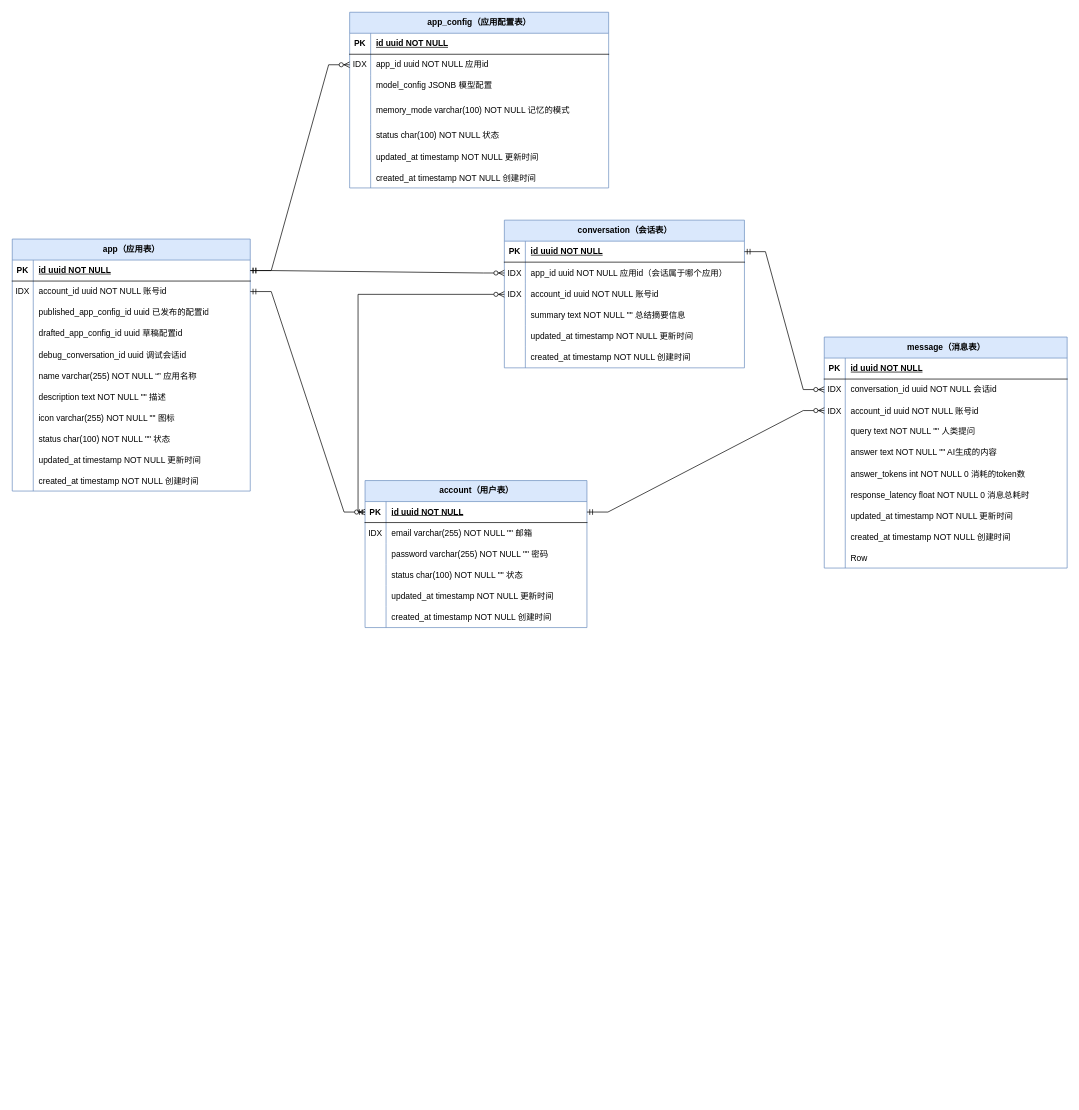
The draw.io diagram LLMOps数据库实体图.drawio in jiayinjiang-pistachio/llmops, before the edit. Source tidied: cells renumbered, new cells numbered last; positions are measured from the earlier drawing's top-left corner, leaving out a move shared by most shapes. Both pictures are drawn from the tidied source at 70%, with x=0, y=0 at pixel (12, 12).
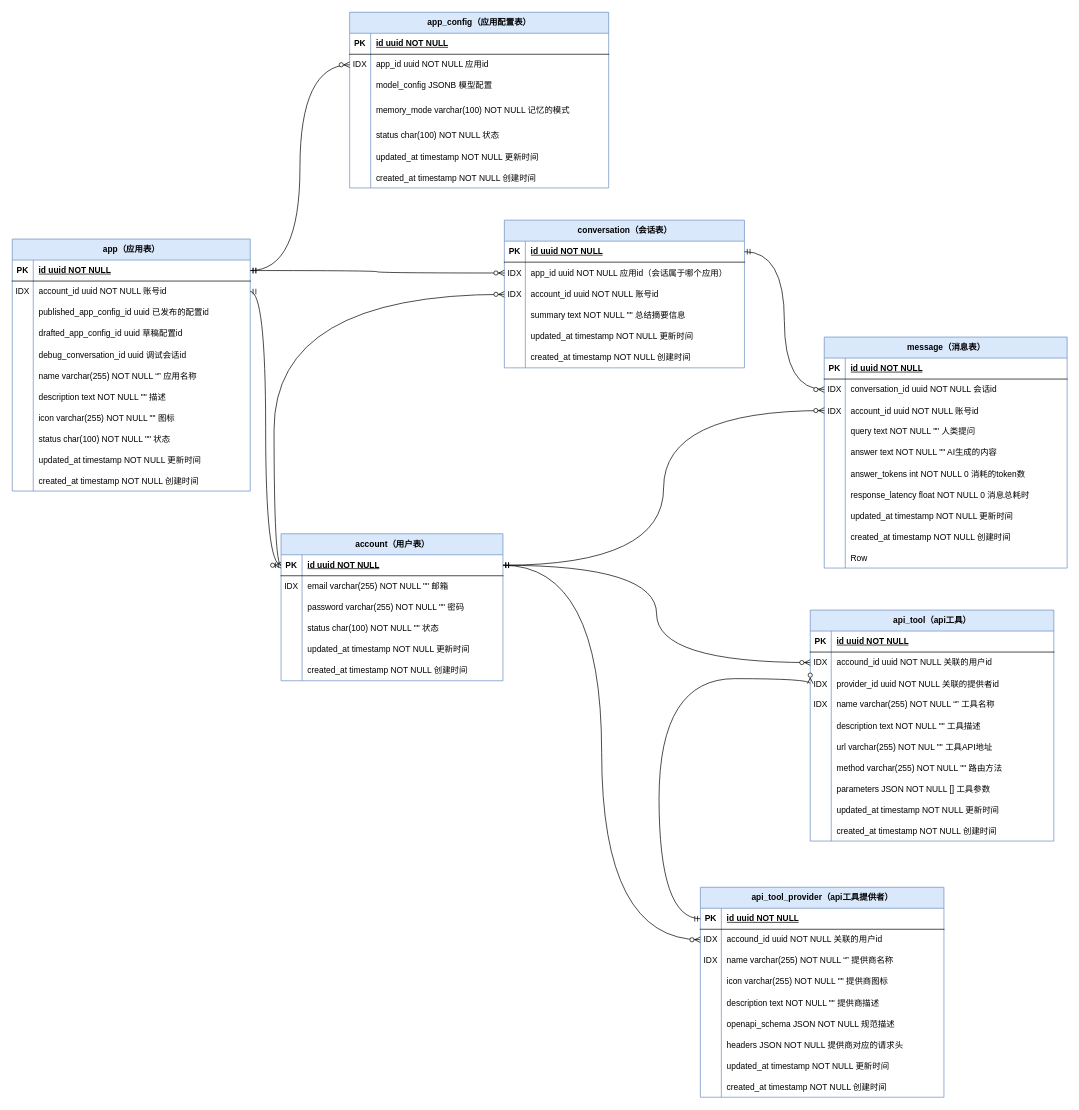
Above is the later version.

The change refers to these unchanged cells:
```xml
<mxCell id="3" style="shape=tableRow;horizontal=0;startSize=0;swimlaneHead=0;swimlaneBody=0;fillColor=none;points=[[0,0.5],[1,0.5]];portConstraint=eastwest;top=0;left=0;right=0;bottom=1;" parent="2" vertex="1">
  <mxGeometry y="30" width="340" height="30" as="geometry" />
</mxCell>
<mxCell id="6" style="shape=tableRow;horizontal=0;startSize=0;swimlaneHead=0;swimlaneBody=0;fillColor=none;points=[[0,0.5],[1,0.5]];portConstraint=eastwest;top=0;left=0;right=0;bottom=0;" parent="2" vertex="1">
  <mxGeometry y="60" width="340" height="30" as="geometry" />
</mxCell>
<mxCell id="40" style="shape=tableRow;horizontal=0;startSize=0;swimlaneHead=0;swimlaneBody=0;fillColor=none;points=[[0,0.5],[1,0.5]];portConstraint=eastwest;top=0;left=0;right=0;bottom=0;" parent="36" vertex="1">
  <mxGeometry y="60" width="370" height="30" as="geometry" />
</mxCell>
<mxCell id="60" style="shape=tableRow;horizontal=0;startSize=0;swimlaneHead=0;swimlaneBody=0;fillColor=none;points=[[0,0.5],[1,0.5]];portConstraint=eastwest;top=0;left=0;right=0;bottom=1;" parent="59" vertex="1">
  <mxGeometry y="30" width="343" height="30" as="geometry" />
</mxCell>
<mxCell id="63" style="shape=tableRow;horizontal=0;startSize=0;swimlaneHead=0;swimlaneBody=0;fillColor=none;points=[[0,0.5],[1,0.5]];portConstraint=eastwest;top=0;left=0;right=0;bottom=0;" parent="59" vertex="1">
  <mxGeometry y="60" width="343" height="31" as="geometry" />
</mxCell>
<mxCell id="66" style="shape=tableRow;horizontal=0;startSize=0;swimlaneHead=0;swimlaneBody=0;fillColor=none;points=[[0,0.5],[1,0.5]];portConstraint=eastwest;top=0;left=0;right=0;bottom=0;" parent="59" vertex="1">
  <mxGeometry y="91" width="343" height="30" as="geometry" />
</mxCell>
<mxCell id="83" style="shape=tableRow;horizontal=0;startSize=0;swimlaneHead=0;swimlaneBody=0;fillColor=none;points=[[0,0.5],[1,0.5]];portConstraint=eastwest;top=0;left=0;right=0;bottom=0;" parent="79" vertex="1">
  <mxGeometry y="60" width="347" height="30" as="geometry" />
</mxCell>
<mxCell id="86" style="shape=tableRow;horizontal=0;startSize=0;swimlaneHead=0;swimlaneBody=0;fillColor=none;points=[[0,0.5],[1,0.5]];portConstraint=eastwest;top=0;left=0;right=0;bottom=0;" parent="79" vertex="1">
  <mxGeometry y="90" width="347" height="30" as="geometry" />
</mxCell>
<mxCell id="112" style="shape=tableRow;horizontal=0;startSize=0;swimlaneHead=0;swimlaneBody=0;fillColor=none;points=[[0,0.5],[1,0.5]];portConstraint=eastwest;top=0;left=0;right=0;bottom=1;" parent="111" vertex="1">
  <mxGeometry y="30" width="317" height="30" as="geometry" />
</mxCell>
```

The edit, as a diff of the source:
```diff
@@
-    <mxCell id="58" style="edgeStyle=entityRelationEdgeStyle;fontSize=12;html=1;endArrow=ERzeroToMany;startArrow=ERmandOne;rounded=0;exitX=1;exitY=0.5;exitDx=0;exitDy=0;" parent="1" edge="1" source="3" target="40">
+    <mxCell id="58" style="edgeStyle=orthogonalEdgeStyle;fontSize=12;html=1;endArrow=ERzeroToMany;startArrow=ERmandOne;rounded=0;exitX=1;exitY=0.5;exitDx=0;exitDy=0;curved=1;" parent="1" edge="1" source="3" target="40">
       <mxGeometry relative="1" as="geometry" />
     </mxCell>
@@
-    <mxCell id="78" style="edgeStyle=entityRelationEdgeStyle;fontSize=12;html=1;endArrow=ERzeroToMany;startArrow=ERmandOne;rounded=0;exitX=1;exitY=0.5;exitDx=0;exitDy=0;" parent="1" edge="1" source="3" target="63">
+    <mxCell id="78" style="edgeStyle=orthogonalEdgeStyle;fontSize=12;html=1;endArrow=ERzeroToMany;startArrow=ERmandOne;rounded=0;exitX=1;exitY=0.5;exitDx=0;exitDy=0;curved=1;" parent="1" edge="1" source="3" target="63">
       <mxGeometry relative="1" as="geometry" />
     </mxCell>
@@
-    <mxCell id="110" style="edgeStyle=entityRelationEdgeStyle;fontSize=12;html=1;endArrow=ERzeroToMany;startArrow=ERmandOne;rounded=0;exitX=1;exitY=0.5;exitDx=0;exitDy=0;" parent="1" edge="1" source="60" target="83">
+    <mxCell id="110" style="edgeStyle=orthogonalEdgeStyle;fontSize=12;html=1;endArrow=ERzeroToMany;startArrow=ERmandOne;rounded=0;exitX=1;exitY=0.5;exitDx=0;exitDy=0;curved=1;" parent="1" edge="1" source="60" target="83">
       <mxGeometry relative="1" as="geometry" />
     </mxCell>
     <mxCell id="111" value="account（用户表）" style="shape=table;startSize=30;childLayout=tableLayout;rowLines=0;fontStyle=1;align=center;html=1;fillColor=#dae8fc;strokeColor=#6c8ebf;" parent="1" vertex="1">
-      <mxGeometry x="504" y="669" width="317" height="210" as="geometry" />
+      <mxGeometry x="384" y="745" width="317" height="210" as="geometry" />
     </mxCell>
@@
-    <mxCell id="130" style="edgeStyle=entityRelationEdgeStyle;fontSize=12;html=1;endArrow=ERzeroToMany;startArrow=ERmandOne;rounded=0;exitX=1;exitY=0.5;exitDx=0;exitDy=0;entryX=0;entryY=0.5;entryDx=0;entryDy=0;" parent="1" edge="1" source="112" target="86">
+    <mxCell id="130" style="edgeStyle=orthogonalEdgeStyle;fontSize=12;html=1;endArrow=ERzeroToMany;startArrow=ERmandOne;rounded=0;exitX=1;exitY=0.5;exitDx=0;exitDy=0;entryX=0;entryY=0.5;entryDx=0;entryDy=0;curved=1;" parent="1" edge="1" source="112" target="86">
       <mxGeometry relative="1" as="geometry" />
     </mxCell>
-    <mxCell id="131" style="edgeStyle=entityRelationEdgeStyle;fontSize=12;html=1;endArrow=ERzeroToMany;startArrow=ERmandOne;rounded=0;entryX=0;entryY=0.5;entryDx=0;entryDy=0;" parent="1" edge="1" source="6" target="112">
+    <mxCell id="131" style="edgeStyle=orthogonalEdgeStyle;fontSize=12;html=1;endArrow=ERzeroToMany;startArrow=ERmandOne;rounded=0;entryX=0;entryY=0.5;entryDx=0;entryDy=0;curved=1;" parent="1" edge="1" source="6" target="112">
       <mxGeometry relative="1" as="geometry" />
     </mxCell>
-    <mxCell id="132" style="edgeStyle=orthogonalEdgeStyle;fontSize=12;html=1;endArrow=ERzeroToMany;startArrow=ERmandOne;rounded=0;exitX=0;exitY=0.5;exitDx=0;exitDy=0;entryX=0;entryY=0.5;entryDx=0;entryDy=0;" parent="1" edge="1" source="112" target="66">
+    <mxCell id="132" style="edgeStyle=orthogonalEdgeStyle;fontSize=12;html=1;endArrow=ERzeroToMany;startArrow=ERmandOne;rounded=0;exitX=0;exitY=0.5;exitDx=0;exitDy=0;entryX=0;entryY=0.5;entryDx=0;entryDy=0;curved=1;" parent="1" edge="1" source="112" target="66">
       <mxGeometry relative="1" as="geometry" />
     </mxCell>
+    <mxCell id="133" value="api_tool_provider（api工具提供者）" style="shape=table;startSize=30;childLayout=tableLayout;rowLines=0;fontStyle=1;align=center;html=1;fillColor=#dae8fc;strokeColor=#6c8ebf;" parent="1" vertex="1">
+      <mxGeometry x="983" y="1250" width="348" height="300" as="geometry" />
+    </mxCell>
+    <mxCell id="134" style="shape=tableRow;horizontal=0;startSize=0;swimlaneHead=0;swimlaneBody=0;fillColor=none;points=[[0,0.5],[1,0.5]];portConstraint=eastwest;top=0;left=0;right=0;bottom=1;" parent="133" vertex="1">
+      <mxGeometry y="30" width="348" height="30" as="geometry" />
+    </mxCell>
+    <mxCell id="135" value="PK" style="shape=partialRectangle;fillColor=none;top=0;left=0;bottom=0;right=0;fontStyle=1;overflow=hidden;whiteSpace=wrap;html=1;" parent="134" vertex="1">
+      <mxGeometry width="30" height="30" as="geometry" />
+    </mxCell>
+    <mxCell id="136" value="id uuid NOT NULL" style="shape=partialRectangle;fillColor=none;top=0;left=0;bottom=0;right=0;align=left;spacingLeft=6;fontStyle=5;overflow=hidden;whiteSpace=wrap;html=1;" parent="134" vertex="1">
+      <mxGeometry x="30" width="318" height="30" as="geometry" />
+    </mxCell>
+    <mxCell id="137" style="shape=tableRow;horizontal=0;startSize=0;swimlaneHead=0;swimlaneBody=0;fillColor=none;points=[[0,0.5],[1,0.5]];portConstraint=eastwest;top=0;left=0;right=0;bottom=0;" parent="133" vertex="1">
+      <mxGeometry y="60" width="348" height="30" as="geometry" />
+    </mxCell>
+    <mxCell id="138" value="IDX" style="shape=partialRectangle;fillColor=none;top=0;left=0;bottom=0;right=0;overflow=hidden;whiteSpace=wrap;html=1;" parent="137" vertex="1">
+      <mxGeometry width="30" height="30" as="geometry" />
+    </mxCell>
+    <mxCell id="139" value="accound_id uuid NOT NULL 关联的用户id" style="shape=partialRectangle;fillColor=none;top=0;left=0;bottom=0;right=0;align=left;spacingLeft=6;overflow=hidden;whiteSpace=wrap;html=1;" parent="137" vertex="1">
+      <mxGeometry x="30" width="318" height="30" as="geometry" />
+    </mxCell>
+    <mxCell id="140" style="shape=tableRow;horizontal=0;startSize=0;swimlaneHead=0;swimlaneBody=0;fillColor=none;top=0;left=0;right=0;bottom=0;" parent="133" vertex="1">
+      <mxGeometry y="90" width="348" height="30" as="geometry" />
+    </mxCell>
+    <mxCell id="141" value="IDX" style="shape=partialRectangle;fillColor=none;top=0;left=0;bottom=0;right=0;overflow=hidden;whiteSpace=wrap;html=1;" parent="140" vertex="1">
+      <mxGeometry width="30" height="30" as="geometry" />
+    </mxCell>
+    <mxCell id="142" value="name varchar(255) NOT NULL “” 提供商名称" style="shape=partialRectangle;fillColor=none;top=0;left=0;bottom=0;right=0;align=left;spacingLeft=6;overflow=hidden;whiteSpace=wrap;html=1;" parent="140" vertex="1">
+      <mxGeometry x="30" width="318" height="30" as="geometry" />
+    </mxCell>
+    <mxCell id="143" style="shape=tableRow;horizontal=0;startSize=0;swimlaneHead=0;swimlaneBody=0;fillColor=none;top=0;left=0;right=0;bottom=0;" parent="133" vertex="1">
+      <mxGeometry y="120" width="348" height="30" as="geometry" />
+    </mxCell>
+    <mxCell id="144" style="shape=partialRectangle;fillColor=none;top=0;left=0;bottom=0;right=0;overflow=hidden;whiteSpace=wrap;html=1;" parent="143" vertex="1">
+      <mxGeometry width="30" height="30" as="geometry" />
+    </mxCell>
+    <mxCell id="145" value="icon varchar(255) NOT NULL &quot;&quot; 提供商图标" style="shape=partialRectangle;fillColor=none;top=0;left=0;bottom=0;right=0;align=left;spacingLeft=6;overflow=hidden;whiteSpace=wrap;html=1;" parent="143" vertex="1">
+      <mxGeometry x="30" width="318" height="30" as="geometry" />
+    </mxCell>
+    <mxCell id="146" style="shape=tableRow;horizontal=0;startSize=0;swimlaneHead=0;swimlaneBody=0;fillColor=none;top=0;left=0;right=0;bottom=0;" parent="133" vertex="1">
+      <mxGeometry y="150" width="348" height="30" as="geometry" />
+    </mxCell>
+    <mxCell id="147" style="shape=partialRectangle;fillColor=none;top=0;left=0;bottom=0;right=0;overflow=hidden;" parent="146" vertex="1">
+      <mxGeometry width="30" height="30" as="geometry" />
+    </mxCell>
+    <mxCell id="148" value="description text NOT NULL &quot;&quot; 提供商描述" style="shape=partialRectangle;fillColor=none;top=0;left=0;bottom=0;right=0;align=left;spacingLeft=6;overflow=hidden;" parent="146" vertex="1">
+      <mxGeometry x="30" width="318" height="30" as="geometry" />
+    </mxCell>
+    <mxCell id="149" style="shape=tableRow;horizontal=0;startSize=0;swimlaneHead=0;swimlaneBody=0;fillColor=none;top=0;left=0;right=0;bottom=0;" parent="133" vertex="1">
+      <mxGeometry y="180" width="348" height="30" as="geometry" />
+    </mxCell>
+    <mxCell id="150" style="shape=partialRectangle;fillColor=none;top=0;left=0;bottom=0;right=0;overflow=hidden;" parent="149" vertex="1">
+      <mxGeometry width="30" height="30" as="geometry" />
+    </mxCell>
+    <mxCell id="151" value="openapi_schema JSON NOT NULL 规范描述" style="shape=partialRectangle;fillColor=none;top=0;left=0;bottom=0;right=0;align=left;spacingLeft=6;overflow=hidden;" parent="149" vertex="1">
+      <mxGeometry x="30" width="318" height="30" as="geometry" />
+    </mxCell>
+    <mxCell id="152" style="shape=tableRow;horizontal=0;startSize=0;swimlaneHead=0;swimlaneBody=0;fillColor=none;top=0;left=0;right=0;bottom=0;" parent="133" vertex="1">
+      <mxGeometry y="210" width="348" height="30" as="geometry" />
+    </mxCell>
+    <mxCell id="153" style="shape=partialRectangle;fillColor=none;top=0;left=0;bottom=0;right=0;overflow=hidden;" parent="152" vertex="1">
+      <mxGeometry width="30" height="30" as="geometry" />
+    </mxCell>
+    <mxCell id="154" value="headers JSON NOT NULL 提供商对应的请求头" style="shape=partialRectangle;fillColor=none;top=0;left=0;bottom=0;right=0;align=left;spacingLeft=6;overflow=hidden;" parent="152" vertex="1">
+      <mxGeometry x="30" width="318" height="30" as="geometry" />
+    </mxCell>
+    <mxCell id="155" style="shape=tableRow;horizontal=0;startSize=0;swimlaneHead=0;swimlaneBody=0;fillColor=none;top=0;left=0;right=0;bottom=0;" parent="133" vertex="1">
+      <mxGeometry y="240" width="348" height="30" as="geometry" />
+    </mxCell>
+    <mxCell id="156" style="shape=partialRectangle;fillColor=none;top=0;left=0;bottom=0;right=0;overflow=hidden;" parent="155" vertex="1">
+      <mxGeometry width="30" height="30" as="geometry" />
+    </mxCell>
+    <mxCell id="157" value="updated_at timestamp NOT NULL 更新时间" style="shape=partialRectangle;fillColor=none;top=0;left=0;bottom=0;right=0;align=left;spacingLeft=6;overflow=hidden;" parent="155" vertex="1">
+      <mxGeometry x="30" width="318" height="30" as="geometry" />
+    </mxCell>
+    <mxCell id="158" style="shape=tableRow;horizontal=0;startSize=0;swimlaneHead=0;swimlaneBody=0;fillColor=none;top=0;left=0;right=0;bottom=0;" parent="133" vertex="1">
+      <mxGeometry y="270" width="348" height="30" as="geometry" />
+    </mxCell>
+    <mxCell id="159" style="shape=partialRectangle;fillColor=none;top=0;left=0;bottom=0;right=0;overflow=hidden;" parent="158" vertex="1">
+      <mxGeometry width="30" height="30" as="geometry" />
+    </mxCell>
+    <mxCell id="160" value="created_at timestamp NOT NULL 创建时间" style="shape=partialRectangle;fillColor=none;top=0;left=0;bottom=0;right=0;align=left;spacingLeft=6;overflow=hidden;" parent="158" vertex="1">
+      <mxGeometry x="30" width="318" height="30" as="geometry" />
+    </mxCell>
+    <mxCell id="161" style="edgeStyle=orthogonalEdgeStyle;fontSize=12;html=1;endArrow=ERzeroToMany;startArrow=ERmandOne;rounded=0;exitX=1;exitY=0.5;exitDx=0;exitDy=0;entryX=0;entryY=0.5;entryDx=0;entryDy=0;curved=1;" parent="1" edge="1" source="112" target="137">
+      <mxGeometry relative="1" as="geometry" />
+    </mxCell>
+    <mxCell id="162" value="api_tool（api工具）" style="shape=table;startSize=30;childLayout=tableLayout;rowLines=0;fontStyle=1;align=center;html=1;fillColor=#dae8fc;strokeColor=#6c8ebf;" parent="1" vertex="1">
+      <mxGeometry x="1140" y="854" width="348" height="330" as="geometry" />
+    </mxCell>
+    <mxCell id="163" style="shape=tableRow;horizontal=0;startSize=0;swimlaneHead=0;swimlaneBody=0;fillColor=none;top=0;left=0;right=0;bottom=1;" parent="162" vertex="1">
+      <mxGeometry y="30" width="348" height="30" as="geometry" />
+    </mxCell>
+    <mxCell id="164" value="PK" style="shape=partialRectangle;fillColor=none;top=0;left=0;bottom=0;right=0;fontStyle=1;overflow=hidden;whiteSpace=wrap;html=1;" parent="163" vertex="1">
+      <mxGeometry width="30" height="30" as="geometry" />
+    </mxCell>
+    <mxCell id="165" value="id uuid NOT NULL" style="shape=partialRectangle;fillColor=none;top=0;left=0;bottom=0;right=0;align=left;spacingLeft=6;fontStyle=5;overflow=hidden;whiteSpace=wrap;html=1;" parent="163" vertex="1">
+      <mxGeometry x="30" width="318" height="30" as="geometry" />
+    </mxCell>
+    <mxCell id="166" style="shape=tableRow;horizontal=0;startSize=0;swimlaneHead=0;swimlaneBody=0;fillColor=none;points=[[0,0.5],[1,0.5]];portConstraint=eastwest;top=0;left=0;right=0;bottom=0;" parent="162" vertex="1">
+      <mxGeometry y="60" width="348" height="30" as="geometry" />
+    </mxCell>
+    <mxCell id="167" value="IDX" style="shape=partialRectangle;fillColor=none;top=0;left=0;bottom=0;right=0;overflow=hidden;whiteSpace=wrap;html=1;" parent="166" vertex="1">
+      <mxGeometry width="30" height="30" as="geometry" />
+    </mxCell>
+    <mxCell id="168" value="accound_id uuid NOT NULL 关联的用户id" style="shape=partialRectangle;fillColor=none;top=0;left=0;bottom=0;right=0;align=left;spacingLeft=6;overflow=hidden;whiteSpace=wrap;html=1;" parent="166" vertex="1">
+      <mxGeometry x="30" width="318" height="30" as="geometry" />
+    </mxCell>
+    <mxCell id="169" style="shape=tableRow;horizontal=0;startSize=0;swimlaneHead=0;swimlaneBody=0;fillColor=none;points=[[0,0.5],[1,0.5]];portConstraint=eastwest;top=0;left=0;right=0;bottom=0;" parent="162" vertex="1">
+      <mxGeometry y="90" width="348" height="30" as="geometry" />
+    </mxCell>
+    <mxCell id="170" value="IDX" style="shape=partialRectangle;fillColor=none;top=0;left=0;bottom=0;right=0;overflow=hidden;" parent="169" vertex="1">
+      <mxGeometry width="30" height="30" as="geometry" />
+    </mxCell>
+    <mxCell id="171" value="provider_id uuid NOT NULL 关联的提供者id" style="shape=partialRectangle;fillColor=none;top=0;left=0;bottom=0;right=0;align=left;spacingLeft=6;overflow=hidden;" parent="169" vertex="1">
+      <mxGeometry x="30" width="318" height="30" as="geometry" />
+    </mxCell>
+    <mxCell id="172" style="shape=tableRow;horizontal=0;startSize=0;swimlaneHead=0;swimlaneBody=0;fillColor=none;top=0;left=0;right=0;bottom=0;" parent="162" vertex="1">
+      <mxGeometry y="120" width="348" height="30" as="geometry" />
+    </mxCell>
+    <mxCell id="173" value="IDX" style="shape=partialRectangle;fillColor=none;top=0;left=0;bottom=0;right=0;overflow=hidden;whiteSpace=wrap;html=1;" parent="172" vertex="1">
+      <mxGeometry width="30" height="30" as="geometry" />
+    </mxCell>
+    <mxCell id="174" value="name varchar(255) NOT NULL “” 工具名称" style="shape=partialRectangle;fillColor=none;top=0;left=0;bottom=0;right=0;align=left;spacingLeft=6;overflow=hidden;whiteSpace=wrap;html=1;" parent="172" vertex="1">
+      <mxGeometry x="30" width="318" height="30" as="geometry" />
+    </mxCell>
+    <mxCell id="175" style="shape=tableRow;horizontal=0;startSize=0;swimlaneHead=0;swimlaneBody=0;fillColor=none;top=0;left=0;right=0;bottom=0;" parent="162" vertex="1">
+      <mxGeometry y="150" width="348" height="30" as="geometry" />
+    </mxCell>
+    <mxCell id="176" style="shape=partialRectangle;fillColor=none;top=0;left=0;bottom=0;right=0;overflow=hidden;" parent="175" vertex="1">
+      <mxGeometry width="30" height="30" as="geometry" />
+    </mxCell>
+    <mxCell id="177" value="description text NOT NULL &quot;&quot; 工具描述" style="shape=partialRectangle;fillColor=none;top=0;left=0;bottom=0;right=0;align=left;spacingLeft=6;overflow=hidden;" parent="175" vertex="1">
+      <mxGeometry x="30" width="318" height="30" as="geometry" />
+    </mxCell>
+    <mxCell id="178" style="shape=tableRow;horizontal=0;startSize=0;swimlaneHead=0;swimlaneBody=0;fillColor=none;top=0;left=0;right=0;bottom=0;" parent="162" vertex="1">
+      <mxGeometry y="180" width="348" height="30" as="geometry" />
+    </mxCell>
+    <mxCell id="179" style="shape=partialRectangle;fillColor=none;top=0;left=0;bottom=0;right=0;overflow=hidden;" parent="178" vertex="1">
+      <mxGeometry width="30" height="30" as="geometry" />
+    </mxCell>
+    <mxCell id="180" value="url varchar(255) NOT NUL &quot;&quot; 工具API地址" style="shape=partialRectangle;fillColor=none;top=0;left=0;bottom=0;right=0;align=left;spacingLeft=6;overflow=hidden;" parent="178" vertex="1">
+      <mxGeometry x="30" width="318" height="30" as="geometry" />
+    </mxCell>
+    <mxCell id="181" style="shape=tableRow;horizontal=0;startSize=0;swimlaneHead=0;swimlaneBody=0;fillColor=none;top=0;left=0;right=0;bottom=0;" parent="162" vertex="1">
+      <mxGeometry y="210" width="348" height="30" as="geometry" />
+    </mxCell>
+    <mxCell id="182" style="shape=partialRectangle;fillColor=none;top=0;left=0;bottom=0;right=0;overflow=hidden;" parent="181" vertex="1">
+      <mxGeometry width="30" height="30" as="geometry" />
+    </mxCell>
+    <mxCell id="183" value="method varchar(255) NOT NULL &quot;&quot; 路由方法" style="shape=partialRectangle;fillColor=none;top=0;left=0;bottom=0;right=0;align=left;spacingLeft=6;overflow=hidden;" parent="181" vertex="1">
+      <mxGeometry x="30" width="318" height="30" as="geometry" />
+    </mxCell>
+    <mxCell id="184" style="shape=tableRow;horizontal=0;startSize=0;swimlaneHead=0;swimlaneBody=0;fillColor=none;top=0;left=0;right=0;bottom=0;" parent="162" vertex="1">
+      <mxGeometry y="240" width="348" height="30" as="geometry" />
+    </mxCell>
+    <mxCell id="185" style="shape=partialRectangle;fillColor=none;top=0;left=0;bottom=0;right=0;overflow=hidden;" parent="184" vertex="1">
+      <mxGeometry width="30" height="30" as="geometry" />
+    </mxCell>
+    <mxCell id="186" value="parameters JSON NOT NULL [] 工具参数" style="shape=partialRectangle;fillColor=none;top=0;left=0;bottom=0;right=0;align=left;spacingLeft=6;overflow=hidden;" parent="184" vertex="1">
+      <mxGeometry x="30" width="318" height="30" as="geometry" />
+    </mxCell>
+    <mxCell id="187" style="shape=tableRow;horizontal=0;startSize=0;swimlaneHead=0;swimlaneBody=0;fillColor=none;top=0;left=0;right=0;bottom=0;" parent="162" vertex="1">
+      <mxGeometry y="270" width="348" height="30" as="geometry" />
+    </mxCell>
+    <mxCell id="188" style="shape=partialRectangle;fillColor=none;top=0;left=0;bottom=0;right=0;overflow=hidden;" parent="187" vertex="1">
+      <mxGeometry width="30" height="30" as="geometry" />
+    </mxCell>
+    <mxCell id="189" value="updated_at timestamp NOT NULL 更新时间" style="shape=partialRectangle;fillColor=none;top=0;left=0;bottom=0;right=0;align=left;spacingLeft=6;overflow=hidden;" parent="187" vertex="1">
+      <mxGeometry x="30" width="318" height="30" as="geometry" />
+    </mxCell>
+    <mxCell id="190" style="shape=tableRow;horizontal=0;startSize=0;swimlaneHead=0;swimlaneBody=0;fillColor=none;top=0;left=0;right=0;bottom=0;" parent="162" vertex="1">
+      <mxGeometry y="300" width="348" height="30" as="geometry" />
+    </mxCell>
+    <mxCell id="191" style="shape=partialRectangle;fillColor=none;top=0;left=0;bottom=0;right=0;overflow=hidden;" parent="190" vertex="1">
+      <mxGeometry width="30" height="30" as="geometry" />
+    </mxCell>
+    <mxCell id="192" value="created_at timestamp NOT NULL 创建时间" style="shape=partialRectangle;fillColor=none;top=0;left=0;bottom=0;right=0;align=left;spacingLeft=6;overflow=hidden;" parent="190" vertex="1">
+      <mxGeometry x="30" width="318" height="30" as="geometry" />
+    </mxCell>
+    <mxCell id="193" style="edgeStyle=orthogonalEdgeStyle;fontSize=12;html=1;endArrow=ERzeroToMany;startArrow=ERmandOne;rounded=0;exitX=1;exitY=0.5;exitDx=0;exitDy=0;entryX=0;entryY=0.5;entryDx=0;entryDy=0;curved=1;" parent="1" edge="1" source="112" target="166">
+      <mxGeometry relative="1" as="geometry" />
+    </mxCell>
+    <mxCell id="194" style="edgeStyle=orthogonalEdgeStyle;fontSize=12;html=1;endArrow=ERzeroToMany;startArrow=ERmandOne;rounded=0;exitX=0;exitY=0.5;exitDx=0;exitDy=0;entryX=0;entryY=0.5;entryDx=0;entryDy=0;curved=1;" parent="1" edge="1" source="134" target="169">
+      <mxGeometry relative="1" as="geometry">
+        <Array as="points">
+          <mxPoint x="924" y="1295" />
+          <mxPoint x="924" y="952" />
+        </Array>
+      </mxGeometry>
+    </mxCell>
```
